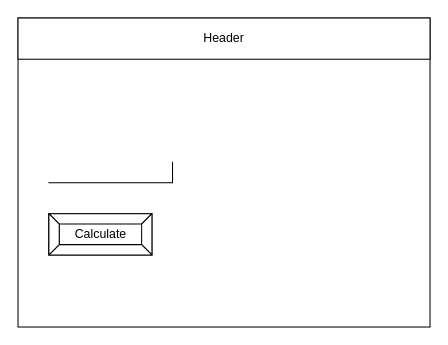
This is design/story-board.drawio from andre-deveau/ICS20-Unit5-01, a draw.io file, before an edit. Source tidied: cells renumbered, new cells numbered last; positions are measured from the earlier drawing's top-left corner, leaving out a move shared by most shapes. Both pictures are drawn from the tidied source at 103%, with x=0, y=0 at pixel (18, 18).
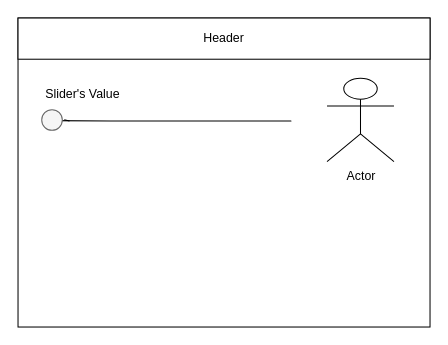
The same diagram, later.

What changed in the source:
```diff
@@
 <mxGraphModel>
   <root>
     <mxCell id="0" />
     <mxCell id="1" parent="0" />
     <mxCell id="2" style="rounded=0;whiteSpace=wrap;html=1;" parent="1" vertex="1">
       <mxGeometry width="400" height="300" as="geometry" />
     </mxCell>
     <mxCell id="3" value="Header" style="rounded=0;whiteSpace=wrap;html=1;" parent="1" vertex="1">
       <mxGeometry width="400" height="40" as="geometry" />
     </mxCell>
-    <mxCell id="4" style="shape=partialRectangle;whiteSpace=wrap;html=1;top=0;left=0;fillColor=none;" parent="1" vertex="1">
-      <mxGeometry x="30" y="140" width="120" height="20" as="geometry" />
-    </mxCell>
-    <mxCell id="5" value="Calculate" style="labelPosition=center;verticalLabelPosition=middle;align=center;html=1;shape=mxgraph.basic.button;dx=10;" parent="1" vertex="1">
-      <mxGeometry x="30" y="190" width="100" height="40" as="geometry" />
-    </mxCell>
+    <mxCell id="6" style="endArrow=none;html=1;startArrow=none;" parent="1" edge="1">
+      <mxGeometry relative="1" as="geometry">
+        <mxPoint x="30.3" y="99.6" as="sourcePoint" />
+        <mxPoint x="240" y="100" as="targetPoint" />
+        <Array as="points">
+          <mxPoint x="30" y="100" />
+          <mxPoint x="100" y="100" />
+          <mxPoint x="210" y="100" />
+          <mxPoint x="270" y="100" />
+          <mxPoint x="240" y="100" />
+        </Array>
+      </mxGeometry>
+    </mxCell>
+    <mxCell id="7" style="endArrow=none;html=1;" parent="1" edge="1">
+      <mxGeometry relative="1" as="geometry">
+        <mxPoint x="50" y="100" as="sourcePoint" />
+        <mxPoint x="44.9" y="98.7" as="targetPoint" />
+      </mxGeometry>
+    </mxCell>
+    <mxCell id="8" style="ellipse;whiteSpace=wrap;html=1;fillColor=#f5f5f5;fontColor=#333333;strokeColor=#666666;" parent="1" vertex="1">
+      <mxGeometry x="23" y="89" width="20" height="20" as="geometry" />
+    </mxCell>
+    <mxCell id="9" value="Slider's Value" style="text;html=1;strokeColor=none;fillColor=none;align=center;verticalAlign=middle;whiteSpace=wrap;rounded=0;" parent="1" vertex="1">
+      <mxGeometry x="23" y="59" width="80" height="30" as="geometry" />
+    </mxCell>
+    <mxCell id="10" value="Actor" style="shape=umlActor;verticalLabelPosition=bottom;verticalAlign=top;html=1;" parent="1" vertex="1">
+      <mxGeometry x="300" y="58.5" width="65" height="81" as="geometry" />
+    </mxCell>
   </root>
 </mxGraphModel>
```
